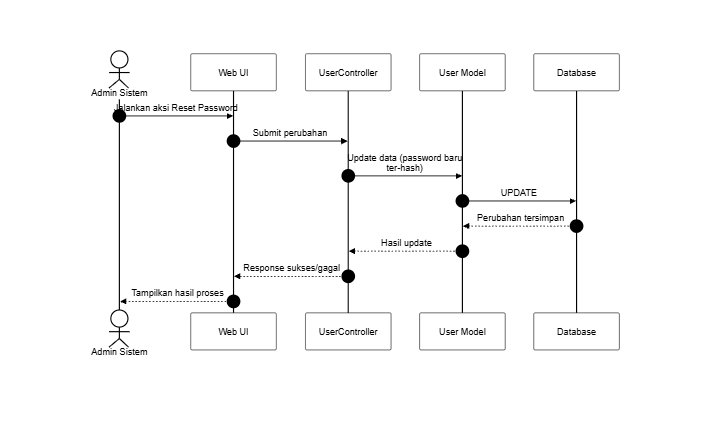
Above: docs/SequenceDiagram/PNG_Transparent/KelolaPengguna-ResetPassword.png in SulaimanHafi23/SimpegRSHDI (Mermaid), before the change. Its source is kept beside it as docs/SequenceDiagram/KelolaPengguna-ResetPassword.mermaid. The source it was exported from:
```mermaid
%%{init: {"theme": "base", "themeVariables": {"background": "#dddddd", "primaryColor": "#ffffff", "primaryBorderColor": "#000000", "primaryTextColor": "#000000", "lineColor": "#000000", "textColor": "#000000", "actorBkg": "#ffffff", "actorBorder": "#000000", "actorTextColor": "#000000", "activationBkgColor": "#ffffff", "activationBorderColor": "#000000", "signalColor": "#000000", "signalTextColor": "#000000", "labelBoxBkgColor": "#ffffff", "labelBoxBorderColor": "#000000", "labelTextColor": "#000000", "sequenceNumberColor": "#000000", "noteBkgColor": "#ffffff", "noteBorderColor": "#000000", "noteTextColor": "#000000"}, "sequence": {"useMaxWidth": true, "wrap": true, "messageFontSize": 12, "noteFontSize": 12}}}%%
sequenceDiagram
    autonumber
    actor A as Admin Sistem
    participant UI as Web UI
    participant C as UserController
    participant M as User Model
    participant DB as Database

    A->>UI: Jalankan aksi Reset Password
    UI->>C: Submit perubahan
    C->>M: Update data (password baru ter-hash)
    M->>DB: UPDATE
    DB-->>M: Perubahan tersimpan
    M-->>C: Hasil update
    C-->>UI: Response sukses/gagal
    UI-->>A: Tampilkan hasil proses
```
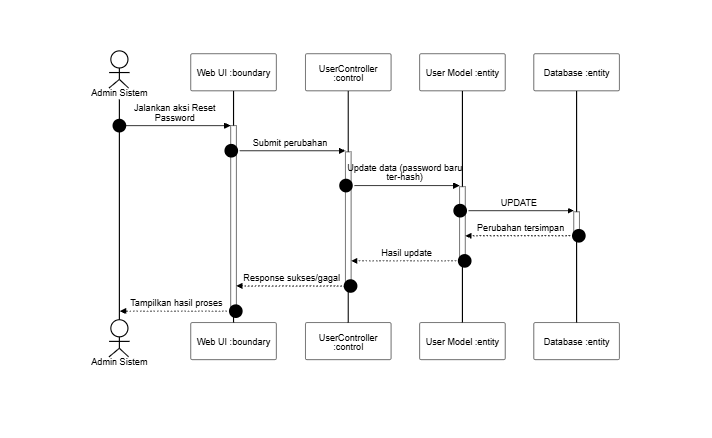
After the change.

Diff of the diagram source:
```diff
@@ -2,16 +2,16 @@
 sequenceDiagram
     autonumber
     actor A as Admin Sistem
-    participant UI as Web UI
-    participant C as UserController
-    participant M as User Model
-    participant DB as Database
+    participant UI as Web UI :boundary
+    participant C as UserController :control
+    participant M as User Model :entity
+    participant DB as Database :entity
 
-    A->>UI: Jalankan aksi Reset Password
-    UI->>C: Submit perubahan
-    C->>M: Update data (password baru ter-hash)
-    M->>DB: UPDATE
-    DB-->>M: Perubahan tersimpan
-    M-->>C: Hasil update
-    C-->>UI: Response sukses/gagal
-    UI-->>A: Tampilkan hasil proses
+    A->>+UI: Jalankan aksi Reset Password
+    UI->>+C: Submit perubahan
+    C->>+M: Update data (password baru ter-hash)
+    M->>+DB: UPDATE
+    DB-->>-M: Perubahan tersimpan
+    M-->>-C: Hasil update
+    C-->>-UI: Response sukses/gagal
+    UI-->>-A: Tampilkan hasil proses
```
